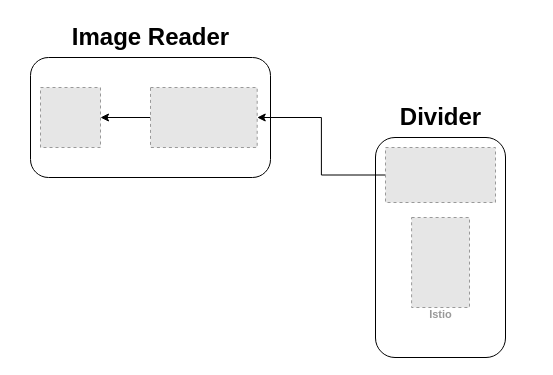
Above: system.drawio in Med-Hunter/.github (draw.io), before the change. Source tidied: cells renumbered, new cells numbered last; positions are measured from the earlier drawing's top-left corner, leaving out a move shared by most shapes. Both pictures are drawn from the tidied source at 100%, with x=0, y=0 at pixel (30, 17). Pictures stored in the file or linked from it are replaced by grey dashed boxes.
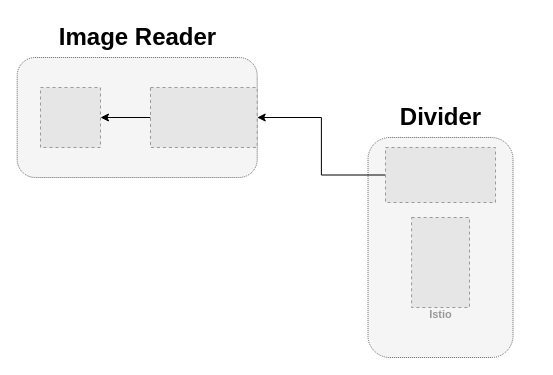
The same diagram, later.

The edit, as a diff of the source:
```diff
@@
 <mxGraphModel>
   <root>
     <mxCell id="0" />
     <mxCell id="1" parent="0" />
-    <mxCell id="2" style="rounded=1;whiteSpace=wrap;html=1;" parent="1" vertex="1">
-      <mxGeometry y="40" width="240" height="120" as="geometry" />
+    <mxCell id="2" style="rounded=1;whiteSpace=wrap;html=1;dashed=1;dashPattern=1 1;fillColor=#f5f5f5;strokeColor=#666666;fontColor=#333333;" parent="1" vertex="1">
+      <mxGeometry x="-13.3" y="40" width="240" height="120" as="geometry" />
     </mxCell>
     <mxCell id="3" value="Image Reader" style="text;strokeColor=none;fillColor=none;html=1;fontSize=24;fontStyle=1;verticalAlign=middle;align=center;" parent="1" vertex="1">
-      <mxGeometry x="25" width="190" height="40" as="geometry" />
+      <mxGeometry x="11.7" width="190" height="40" as="geometry" />
     </mxCell>
     <mxCell id="4" style="fillColor=#E6E6E6;strokeColor=#999999;dashed=1;verticalLabelPosition=bottom;labelBackgroundColor=default;verticalAlign=top;" parent="1" vertex="1">
       <mxGeometry x="10" y="70" width="60" height="60" as="geometry" />
     </mxCell>
     <mxCell id="5" style="edgeStyle=orthogonalEdgeStyle;rounded=0;jettySize=auto;html=1;" parent="1" edge="1" source="6" target="4">
       <mxGeometry relative="1" as="geometry" />
     </mxCell>
     <mxCell id="6" style="fillColor=#E6E6E6;strokeColor=#999999;dashed=1;verticalLabelPosition=bottom;labelBackgroundColor=default;verticalAlign=top;" parent="1" vertex="1">
       <mxGeometry x="120" y="70" width="106.7" height="60" as="geometry" />
     </mxCell>
-    <mxCell id="7" style="rounded=1;whiteSpace=wrap;html=1;" parent="1" vertex="1">
-      <mxGeometry x="345" y="120" width="130" height="220" as="geometry" />
+    <mxCell id="7" style="rounded=1;whiteSpace=wrap;html=1;dashed=1;dashPattern=1 1;fillColor=#f5f5f5;fontColor=#333333;strokeColor=#666666;" parent="1" vertex="1">
+      <mxGeometry x="337.5" y="120" width="145" height="220" as="geometry" />
     </mxCell>
     <mxCell id="8" style="edgeStyle=orthogonalEdgeStyle;rounded=0;jettySize=auto;html=1;exitX=0;exitY=0.5;exitDx=0;exitDy=0;" parent="1" edge="1" source="9" target="6">
       <mxGeometry relative="1" as="geometry" />
     </mxCell>
     <mxCell id="9" style="fillColor=#E6E6E6;strokeColor=#999999;dashed=1;verticalLabelPosition=bottom;labelBackgroundColor=default;verticalAlign=top;" parent="1" vertex="1">
       <mxGeometry x="355" y="130" width="110" height="55" as="geometry" />
     </mxCell>
     <mxCell id="10" value="Divider" style="text;strokeColor=none;fillColor=none;html=1;fontSize=24;fontStyle=1;verticalAlign=middle;align=center;" parent="1" vertex="1">
       <mxGeometry x="315" y="80" width="190" height="40" as="geometry" />
     </mxCell>
     <mxCell id="11" value="Istio" style="fillColor=#E6E6E6;strokeColor=#999999;dashed=1;html=1;verticalAlign=top;labelPosition=center;verticalLabelPosition=bottom;align=center;spacingTop=-6;fontSize=11;fontStyle=1;fontColor=#999999;" parent="1" vertex="1">
       <mxGeometry x="381.1" y="200" width="57.9" height="90" as="geometry" />
     </mxCell>
   </root>
 </mxGraphModel>
```
